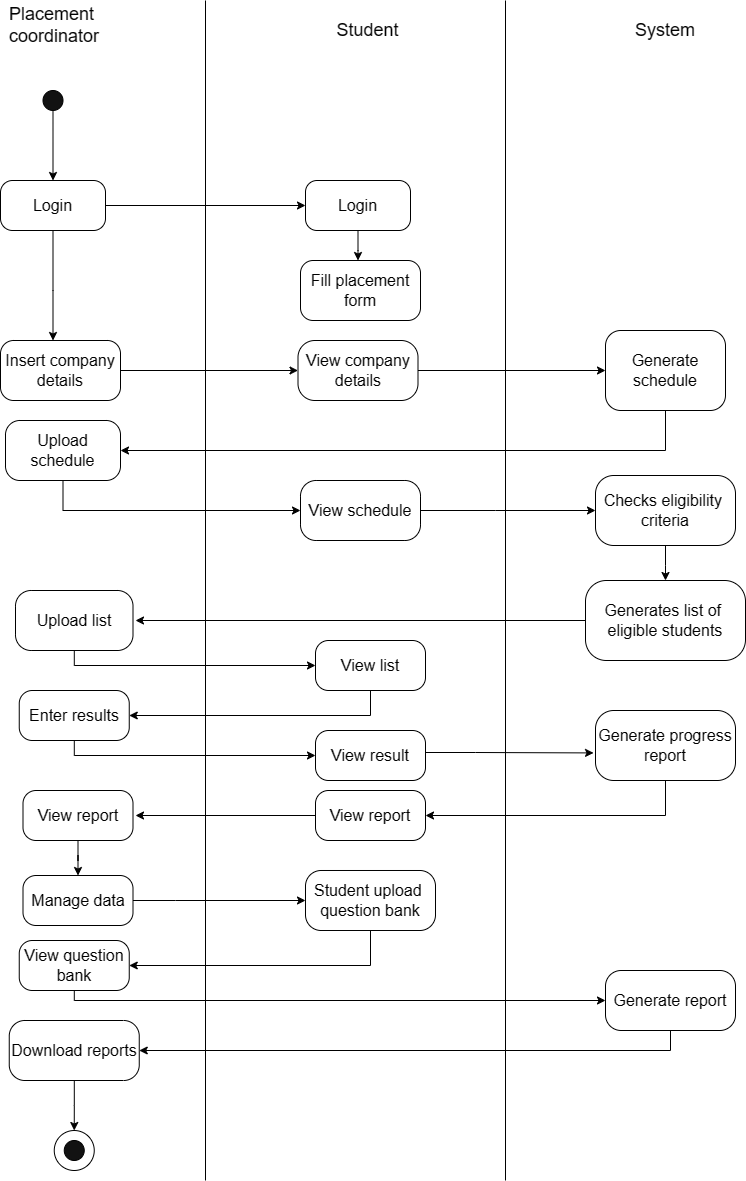
NSMakwana/Placement-Assistant keeps this draw.io diagram as Activity_diagram.drawio.png. Above is the earlier version. Source tidied: cells renumbered, new cells last; positions are measured from the earlier drawing's top-left corner, leaving out a move shared by most shapes. Source of this version:
```xml
<mxGraphModel background="#FFFFFF">
  <root>
    <mxCell id="0" />
    <mxCell id="1" parent="0" />
    <mxCell id="2" style="shape=partialRectangle;whiteSpace=wrap;html=1;right=0;top=0;bottom=0;fillColor=none;routingCenterX=-0.5;" parent="1" vertex="1">
      <mxGeometry x="205" width="120" height="1180" as="geometry" />
    </mxCell>
    <mxCell id="3" style="edgeStyle=orthogonalEdgeStyle;rounded=0;orthogonalLoop=1;jettySize=auto;html=1;" parent="1" edge="1">
      <mxGeometry relative="1" as="geometry">
        <mxPoint x="65" y="130" as="sourcePoint" />
        <mxPoint x="65" y="130" as="targetPoint" />
      </mxGeometry>
    </mxCell>
    <mxCell id="4" style="edgeStyle=orthogonalEdgeStyle;rounded=0;jettySize=auto;html=1;entryX=0.5;entryY=0;entryDx=0;entryDy=0;" parent="1" edge="1" source="5" target="8">
      <mxGeometry relative="1" as="geometry" />
    </mxCell>
    <mxCell id="5" style="ellipse;whiteSpace=wrap;html=1;fontColor=#CFCFCF;fillColor=#121212;" parent="1" vertex="1">
      <mxGeometry x="42.5" y="90" width="20" height="20" as="geometry" />
    </mxCell>
    <mxCell id="6" style="edgeStyle=orthogonalEdgeStyle;rounded=0;jettySize=auto;html=1;entryX=0;entryY=0.5;entryDx=0;entryDy=0;" parent="1" edge="1" source="8" target="10">
      <mxGeometry relative="1" as="geometry" />
    </mxCell>
    <mxCell id="7" style="edgeStyle=orthogonalEdgeStyle;rounded=0;jettySize=auto;html=1;" parent="1" edge="1" source="8">
      <mxGeometry relative="1" as="geometry">
        <mxPoint x="52.5" y="340" as="targetPoint" />
        <Array as="points">
          <mxPoint x="53" y="290" />
          <mxPoint x="53" y="290" />
        </Array>
      </mxGeometry>
    </mxCell>
    <mxCell id="8" value="&lt;span style=&quot;font-size: medium;&quot;&gt;Login&lt;/span&gt;" style="rounded=1;whiteSpace=wrap;html=1;arcSize=24;" parent="1" vertex="1">
      <mxGeometry y="180" width="105" height="50" as="geometry" />
    </mxCell>
    <mxCell id="9" style="edgeStyle=orthogonalEdgeStyle;rounded=0;jettySize=auto;html=1;" parent="1" edge="1" source="10">
      <mxGeometry relative="1" as="geometry">
        <mxPoint x="357.5" y="260" as="targetPoint" />
      </mxGeometry>
    </mxCell>
    <mxCell id="10" value="&lt;font size=&quot;3&quot;&gt;Login&lt;/font&gt;" style="rounded=1;whiteSpace=wrap;html=1;arcSize=23;" parent="1" vertex="1">
      <mxGeometry x="305" y="180" width="105" height="50" as="geometry" />
    </mxCell>
    <mxCell id="11" style="edgeStyle=orthogonalEdgeStyle;rounded=0;jettySize=auto;html=1;entryX=0;entryY=0.5;entryDx=0;entryDy=0;" parent="1" edge="1" source="12" target="15">
      <mxGeometry relative="1" as="geometry" />
    </mxCell>
    <mxCell id="12" value="&lt;font size=&quot;3&quot;&gt;Insert company&lt;/font&gt;&lt;div&gt;&lt;font size=&quot;3&quot;&gt;details&lt;/font&gt;&lt;/div&gt;" style="rounded=1;whiteSpace=wrap;html=1;arcSize=22;" parent="1" vertex="1">
      <mxGeometry y="340" width="120" height="60" as="geometry" />
    </mxCell>
    <mxCell id="13" value="&lt;font size=&quot;3&quot;&gt;Fill placement&lt;/font&gt;&lt;div&gt;&lt;font size=&quot;3&quot;&gt;form&lt;/font&gt;&lt;/div&gt;" style="rounded=1;whiteSpace=wrap;html=1;arcSize=21;" parent="1" vertex="1">
      <mxGeometry x="300" y="260" width="120" height="60" as="geometry" />
    </mxCell>
    <mxCell id="14" style="edgeStyle=orthogonalEdgeStyle;rounded=0;jettySize=auto;html=1;" parent="1" edge="1" source="15" target="17">
      <mxGeometry relative="1" as="geometry" />
    </mxCell>
    <mxCell id="15" value="&lt;font size=&quot;3&quot;&gt;View company&lt;/font&gt;&lt;div&gt;&lt;font size=&quot;3&quot;&gt;details&lt;/font&gt;&lt;/div&gt;" style="rounded=1;whiteSpace=wrap;html=1;arcSize=28;" parent="1" vertex="1">
      <mxGeometry x="297.5" y="340" width="120" height="60" as="geometry" />
    </mxCell>
    <mxCell id="16" style="edgeStyle=orthogonalEdgeStyle;rounded=0;jettySize=auto;html=1;entryX=1;entryY=0.5;entryDx=0;entryDy=0;" parent="1" edge="1" source="17" target="19">
      <mxGeometry relative="1" as="geometry">
        <Array as="points">
          <mxPoint x="665" y="450" />
        </Array>
      </mxGeometry>
    </mxCell>
    <mxCell id="17" value="&lt;font size=&quot;3&quot;&gt;Generate&lt;/font&gt;&lt;div&gt;&lt;font size=&quot;3&quot;&gt;schedule&lt;/font&gt;&lt;/div&gt;" style="rounded=1;whiteSpace=wrap;html=1;arcSize=19;" parent="1" vertex="1">
      <mxGeometry x="605" y="330" width="120" height="80" as="geometry" />
    </mxCell>
    <mxCell id="18" style="edgeStyle=orthogonalEdgeStyle;rounded=0;orthogonalLoop=1;jettySize=auto;html=1;" parent="1" edge="1">
      <mxGeometry relative="1" as="geometry">
        <mxPoint x="62.5" y="460" as="sourcePoint" />
        <mxPoint x="300" y="510" as="targetPoint" />
        <Array as="points">
          <mxPoint x="63" y="510" />
        </Array>
      </mxGeometry>
    </mxCell>
    <mxCell id="19" value="&lt;font size=&quot;3&quot;&gt;Upload schedule&lt;/font&gt;" style="rounded=1;whiteSpace=wrap;html=1;arcSize=24;" parent="1" vertex="1">
      <mxGeometry x="5" y="420" width="115" height="60" as="geometry" />
    </mxCell>
    <mxCell id="20" style="shape=partialRectangle;whiteSpace=wrap;html=1;right=0;top=0;bottom=0;fillColor=none;routingCenterX=-0.5;" parent="1" vertex="1">
      <mxGeometry x="505" width="120" height="1180" as="geometry" />
    </mxCell>
    <mxCell id="21" style="edgeStyle=orthogonalEdgeStyle;rounded=0;jettySize=auto;html=1;" parent="1" edge="1" source="22" target="24">
      <mxGeometry relative="1" as="geometry">
        <Array as="points">
          <mxPoint x="495" y="510" />
          <mxPoint x="495" y="510" />
        </Array>
      </mxGeometry>
    </mxCell>
    <mxCell id="22" value="&lt;font size=&quot;3&quot;&gt;View schedule&lt;/font&gt;" style="whiteSpace=wrap;html=1;rounded=1;arcSize=26;" parent="1" vertex="1">
      <mxGeometry x="300" y="480" width="120" height="60" as="geometry" />
    </mxCell>
    <mxCell id="23" style="edgeStyle=orthogonalEdgeStyle;rounded=0;jettySize=auto;html=1;" parent="1" edge="1" source="24">
      <mxGeometry relative="1" as="geometry">
        <mxPoint x="665" y="580" as="targetPoint" />
      </mxGeometry>
    </mxCell>
    <mxCell id="24" value="&lt;font size=&quot;3&quot;&gt;Checks eligibility&amp;nbsp;&lt;/font&gt;&lt;div&gt;&lt;font size=&quot;3&quot;&gt;criteria&lt;/font&gt;&lt;/div&gt;" style="whiteSpace=wrap;html=1;rounded=1;arcSize=26;" parent="1" vertex="1">
      <mxGeometry x="595" y="475" width="140" height="70" as="geometry" />
    </mxCell>
    <mxCell id="25" style="edgeStyle=orthogonalEdgeStyle;rounded=0;jettySize=auto;html=1;" parent="1" edge="1" source="26">
      <mxGeometry relative="1" as="geometry">
        <mxPoint x="135" y="620" as="targetPoint" />
      </mxGeometry>
    </mxCell>
    <mxCell id="26" value="&lt;font size=&quot;3&quot;&gt;Generates list of&amp;nbsp;&lt;/font&gt;&lt;div&gt;&lt;font size=&quot;3&quot;&gt;eligible students&lt;/font&gt;&lt;/div&gt;" style="whiteSpace=wrap;html=1;rounded=1;arcSize=26;" parent="1" vertex="1">
      <mxGeometry x="585" y="580" width="160" height="80" as="geometry" />
    </mxCell>
    <mxCell id="27" style="edgeStyle=orthogonalEdgeStyle;rounded=0;jettySize=auto;html=1;entryX=0;entryY=0.5;entryDx=0;entryDy=0;" parent="1" edge="1" source="28" target="30">
      <mxGeometry relative="1" as="geometry">
        <Array as="points">
          <mxPoint x="74" y="665" />
        </Array>
      </mxGeometry>
    </mxCell>
    <mxCell id="28" value="&lt;font size=&quot;3&quot;&gt;Upload list&lt;/font&gt;" style="whiteSpace=wrap;html=1;rounded=1;arcSize=26;" parent="1" vertex="1">
      <mxGeometry x="15" y="590" width="117.5" height="60" as="geometry" />
    </mxCell>
    <mxCell id="29" style="edgeStyle=orthogonalEdgeStyle;rounded=0;jettySize=auto;html=1;entryX=1;entryY=0.5;entryDx=0;entryDy=0;" parent="1" edge="1" source="30" target="32">
      <mxGeometry relative="1" as="geometry">
        <Array as="points">
          <mxPoint x="370" y="715" />
        </Array>
      </mxGeometry>
    </mxCell>
    <mxCell id="30" value="&lt;font size=&quot;3&quot;&gt;View list&lt;/font&gt;" style="whiteSpace=wrap;html=1;rounded=1;arcSize=26;" parent="1" vertex="1">
      <mxGeometry x="315" y="640" width="110" height="50" as="geometry" />
    </mxCell>
    <mxCell id="31" style="edgeStyle=orthogonalEdgeStyle;rounded=0;jettySize=auto;html=1;entryX=0;entryY=0.5;entryDx=0;entryDy=0;" parent="1" edge="1" source="32" target="33">
      <mxGeometry relative="1" as="geometry">
        <Array as="points">
          <mxPoint x="74" y="755" />
        </Array>
      </mxGeometry>
    </mxCell>
    <mxCell id="32" value="&lt;font size=&quot;3&quot;&gt;Enter results&lt;/font&gt;" style="whiteSpace=wrap;html=1;rounded=1;arcSize=26;" parent="1" vertex="1">
      <mxGeometry x="18.8" y="690" width="110" height="50" as="geometry" />
    </mxCell>
    <mxCell id="33" value="&lt;font size=&quot;3&quot;&gt;View result&lt;/font&gt;" style="whiteSpace=wrap;html=1;rounded=1;arcSize=26;" parent="1" vertex="1">
      <mxGeometry x="315" y="730" width="110" height="50" as="geometry" />
    </mxCell>
    <mxCell id="34" style="edgeStyle=orthogonalEdgeStyle;rounded=0;jettySize=auto;html=1;entryX=1;entryY=0.5;entryDx=0;entryDy=0;" parent="1" edge="1" source="35" target="38">
      <mxGeometry relative="1" as="geometry">
        <Array as="points">
          <mxPoint x="665" y="815" />
        </Array>
      </mxGeometry>
    </mxCell>
    <mxCell id="35" value="&lt;font size=&quot;3&quot;&gt;Generate progress&lt;/font&gt;&lt;div&gt;&lt;font size=&quot;3&quot;&gt;report&lt;/font&gt;&lt;/div&gt;" style="whiteSpace=wrap;html=1;rounded=1;arcSize=26;" parent="1" vertex="1">
      <mxGeometry x="595" y="710" width="140" height="70" as="geometry" />
    </mxCell>
    <mxCell id="36" style="edgeStyle=orthogonalEdgeStyle;rounded=0;jettySize=auto;html=1;entryX=-0.014;entryY=0.606;entryDx=0;entryDy=0;entryPerimeter=0;" parent="1" edge="1" source="33" target="35">
      <mxGeometry relative="1" as="geometry">
        <Array as="points">
          <mxPoint x="475" y="752" />
          <mxPoint x="475" y="752" />
        </Array>
      </mxGeometry>
    </mxCell>
    <mxCell id="37" style="edgeStyle=orthogonalEdgeStyle;rounded=0;jettySize=auto;html=1;" parent="1" edge="1" source="38">
      <mxGeometry relative="1" as="geometry">
        <mxPoint x="135" y="815" as="targetPoint" />
      </mxGeometry>
    </mxCell>
    <mxCell id="38" value="&lt;font size=&quot;3&quot;&gt;View report&lt;/font&gt;" style="whiteSpace=wrap;html=1;rounded=1;arcSize=26;" parent="1" vertex="1">
      <mxGeometry x="315" y="790" width="110" height="50" as="geometry" />
    </mxCell>
    <mxCell id="39" style="edgeStyle=orthogonalEdgeStyle;rounded=0;jettySize=auto;html=1;entryX=0.5;entryY=0;entryDx=0;entryDy=0;" parent="1" edge="1" source="40" target="42">
      <mxGeometry relative="1" as="geometry" />
    </mxCell>
    <mxCell id="40" value="&lt;font size=&quot;3&quot;&gt;View report&lt;/font&gt;" style="whiteSpace=wrap;html=1;rounded=1;arcSize=26;" parent="1" vertex="1">
      <mxGeometry x="22.5" y="790" width="110" height="50" as="geometry" />
    </mxCell>
    <mxCell id="41" style="edgeStyle=orthogonalEdgeStyle;rounded=0;jettySize=auto;html=1;entryX=0;entryY=0.5;entryDx=0;entryDy=0;" parent="1" edge="1" source="42" target="44">
      <mxGeometry relative="1" as="geometry">
        <Array as="points">
          <mxPoint x="175" y="900" />
          <mxPoint x="175" y="900" />
        </Array>
      </mxGeometry>
    </mxCell>
    <mxCell id="42" value="&lt;font size=&quot;3&quot;&gt;Manage data&lt;/font&gt;" style="whiteSpace=wrap;html=1;rounded=1;arcSize=26;" parent="1" vertex="1">
      <mxGeometry x="22.5" y="875" width="110" height="50" as="geometry" />
    </mxCell>
    <mxCell id="43" style="edgeStyle=orthogonalEdgeStyle;rounded=0;jettySize=auto;html=1;entryX=1;entryY=0.5;entryDx=0;entryDy=0;" parent="1" edge="1" source="44" target="46">
      <mxGeometry relative="1" as="geometry">
        <Array as="points">
          <mxPoint x="370" y="965" />
        </Array>
      </mxGeometry>
    </mxCell>
    <mxCell id="44" value="&lt;font size=&quot;3&quot;&gt;Student upload&amp;nbsp;&lt;/font&gt;&lt;div&gt;&lt;font size=&quot;3&quot;&gt;question bank&lt;/font&gt;&lt;/div&gt;" style="whiteSpace=wrap;html=1;rounded=1;arcSize=26;" parent="1" vertex="1">
      <mxGeometry x="305" y="870" width="130" height="60" as="geometry" />
    </mxCell>
    <mxCell id="45" style="edgeStyle=orthogonalEdgeStyle;rounded=0;jettySize=auto;html=1;entryX=0;entryY=0.5;entryDx=0;entryDy=0;" parent="1" edge="1" source="46" target="48">
      <mxGeometry relative="1" as="geometry">
        <Array as="points">
          <mxPoint x="74" y="1000" />
          <mxPoint x="600" y="1000" />
        </Array>
      </mxGeometry>
    </mxCell>
    <mxCell id="46" value="&lt;font size=&quot;3&quot;&gt;View question&lt;/font&gt;&lt;div&gt;&lt;font size=&quot;3&quot;&gt;bank&lt;/font&gt;&lt;/div&gt;" style="whiteSpace=wrap;html=1;rounded=1;arcSize=26;" parent="1" vertex="1">
      <mxGeometry x="18.8" y="940" width="110" height="50" as="geometry" />
    </mxCell>
    <mxCell id="47" style="edgeStyle=orthogonalEdgeStyle;rounded=0;jettySize=auto;html=1;entryX=1;entryY=0.5;entryDx=0;entryDy=0;" parent="1" edge="1" source="48" target="50">
      <mxGeometry relative="1" as="geometry">
        <Array as="points">
          <mxPoint x="670" y="1050" />
        </Array>
      </mxGeometry>
    </mxCell>
    <mxCell id="48" value="&lt;font size=&quot;3&quot;&gt;Generate report&lt;/font&gt;" style="whiteSpace=wrap;html=1;rounded=1;arcSize=26;" parent="1" vertex="1">
      <mxGeometry x="605" y="970" width="130" height="60" as="geometry" />
    </mxCell>
    <mxCell id="49" style="edgeStyle=orthogonalEdgeStyle;rounded=0;jettySize=auto;html=1;" parent="1" edge="1" source="50">
      <mxGeometry relative="1" as="geometry">
        <mxPoint x="73.8" y="1130" as="targetPoint" />
      </mxGeometry>
    </mxCell>
    <mxCell id="50" value="&lt;font size=&quot;3&quot;&gt;Download reports&lt;/font&gt;" style="whiteSpace=wrap;html=1;rounded=1;arcSize=26;" parent="1" vertex="1">
      <mxGeometry x="8.8" y="1020" width="130" height="60" as="geometry" />
    </mxCell>
    <mxCell id="51" style="ellipse;whiteSpace=wrap;html=1;" parent="1" vertex="1">
      <mxGeometry x="53.8" y="1130" width="40" height="40" as="geometry" />
    </mxCell>
    <mxCell id="52" style="ellipse;whiteSpace=wrap;html=1;fillColor=#121212;" parent="1" vertex="1">
      <mxGeometry x="63.8" y="1140" width="20" height="20" as="geometry" />
    </mxCell>
    <mxCell id="53" value="&lt;span style=&quot;font-size: 18px;&quot;&gt;Placement&amp;nbsp;&lt;/span&gt;&lt;div&gt;&lt;span style=&quot;font-size: 18px;&quot;&gt;coordinator&lt;/span&gt;&lt;/div&gt;" style="text;strokeColor=none;align=center;fillColor=none;html=1;verticalAlign=middle;whiteSpace=wrap;rounded=0;" parent="1" vertex="1">
      <mxGeometry x="23.8" y="10" width="60" height="30" as="geometry" />
    </mxCell>
    <mxCell id="54" value="&lt;span style=&quot;font-size: 18px;&quot;&gt;Student&lt;/span&gt;" style="text;strokeColor=none;align=center;fillColor=none;html=1;verticalAlign=middle;whiteSpace=wrap;rounded=0;" parent="1" vertex="1">
      <mxGeometry x="325" y="5" width="85" height="50" as="geometry" />
    </mxCell>
    <mxCell id="55" value="&lt;span style=&quot;font-size: 18px;&quot;&gt;System&lt;/span&gt;" style="text;strokeColor=none;align=center;fillColor=none;html=1;verticalAlign=middle;whiteSpace=wrap;rounded=0;" parent="1" vertex="1">
      <mxGeometry x="615" y="7.5" width="100" height="45" as="geometry" />
    </mxCell>
  </root>
</mxGraphModel>
```
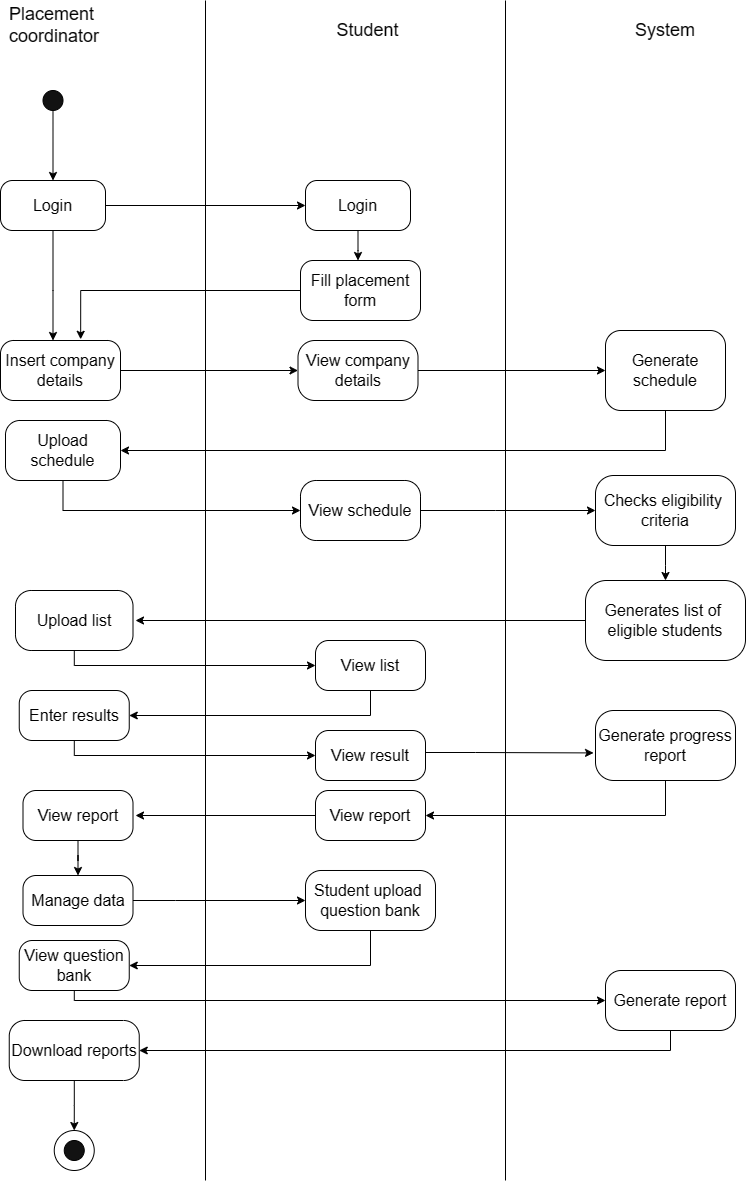
After the change.

Diff of the diagram source:
```diff
@@ -237,5 +237,8 @@
     <mxCell id="55" value="&lt;span style=&quot;font-size: 18px;&quot;&gt;System&lt;/span&gt;" style="text;strokeColor=none;align=center;fillColor=none;html=1;verticalAlign=middle;whiteSpace=wrap;rounded=0;" parent="1" vertex="1">
       <mxGeometry x="615" y="7.5" width="100" height="45" as="geometry" />
     </mxCell>
+    <mxCell id="56" style="edgeStyle=orthogonalEdgeStyle;rounded=0;jettySize=auto;html=1;entryX=0.668;entryY=-0.02;entryDx=0;entryDy=0;entryPerimeter=0;" parent="1" edge="1" source="13" target="12">
+      <mxGeometry relative="1" as="geometry" />
+    </mxCell>
   </root>
 </mxGraphModel>
```
